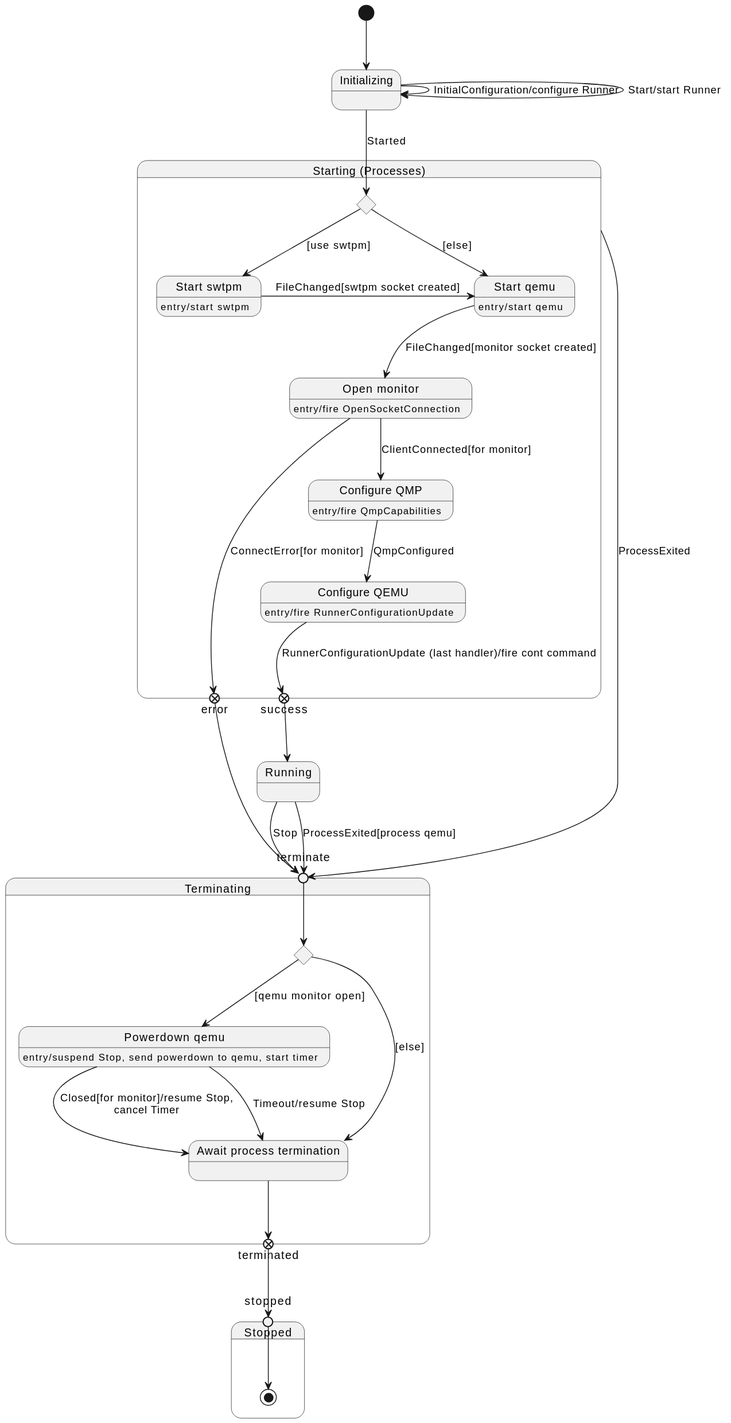
Above: javadoc/org/jdrupes/vmoperator/runner/qemu/RunnerStates.svg in mnlipp/VM-Operator (PlantUML), before the change.
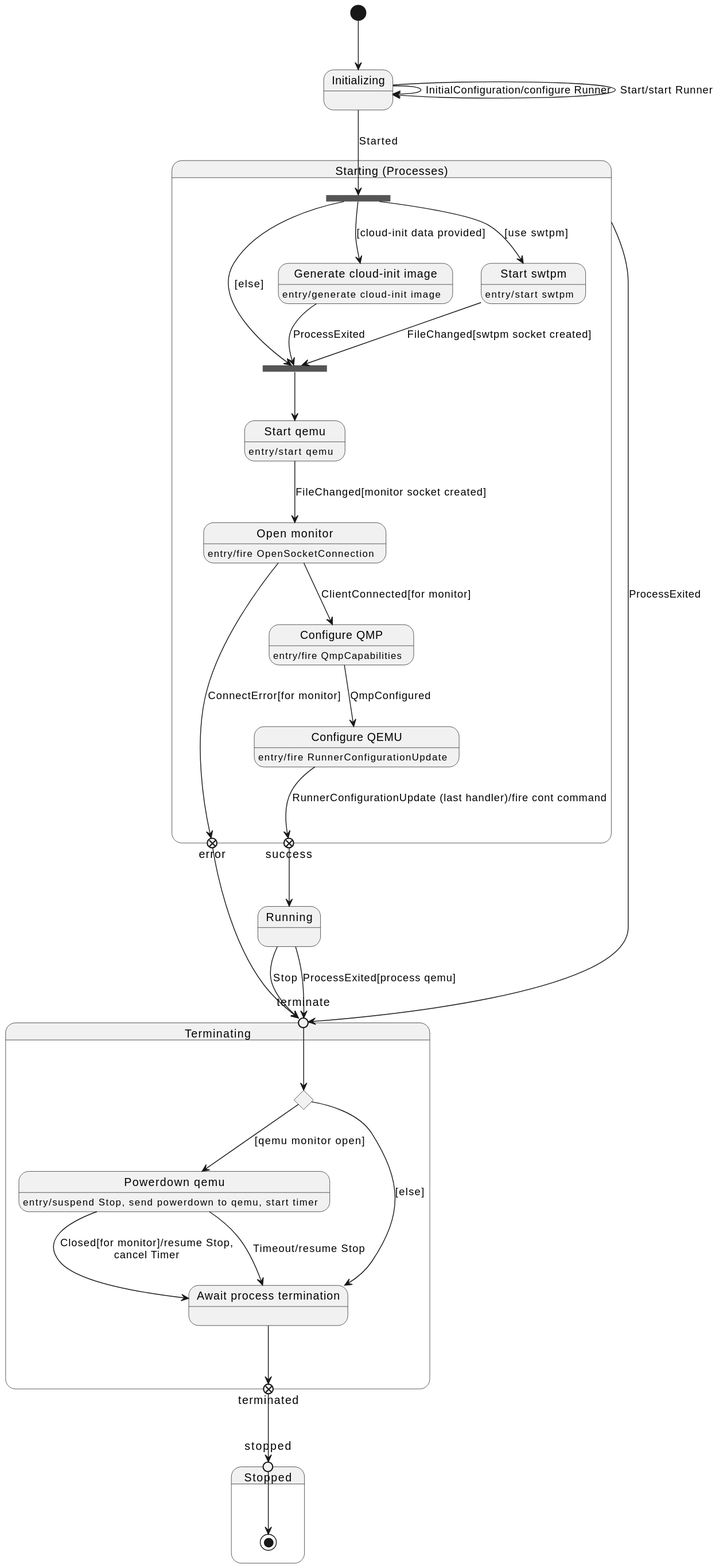
Later version of the same file.

The edit, as a diff of the source:
```diff
@@ -5,8 +5,6 @@
 
  state "Starting (Processes)" as StartingProcess {
 
-     state which <<choice>>
-     state "Start swtpm" as swtpm
      state "Start qemu" as qemu
      state "Open monitor" as monitor
      state "Configure QMP" as waitForConfigured
@@ -14,11 +12,19 @@
      state success <<exitPoint>>
      state error <<exitPoint>>
 
-     which --> swtpm: [use swtpm]
-     which --> qemu: [else]
+     state prepFork <<fork>>
+     state prepJoin <<join>>
+     state "Generate cloud-init image" as cloudInit
+     prepFork --> cloudInit: [cloud-init data provided]
+     swtpm --> prepJoin: FileChanged[swtpm socket created]
+     state "Start swtpm" as swtpm
+     prepFork --> swtpm: [use swtpm]
+     swtpm: entry/start swtpm
+     cloudInit --> prepJoin: ProcessExited
+     cloudInit: entry/generate cloud-init image
+     prepFork --> prepJoin: [else]
 
-     swtpm: entry/start swtpm
-     swtpm -> qemu: FileChanged[swtpm socket created]
+     prepJoin --> qemu
 
      qemu: entry/start qemu
      qemu --> monitor : FileChanged[monitor socket created]
@@ -34,7 +40,7 @@
      configure --> success: RunnerConfigurationUpdate (last handler)/fire cont command
  }
 
- Initializing --> which: Started
+ Initializing --> prepFork: Started
 
  success --> Running
 
```
